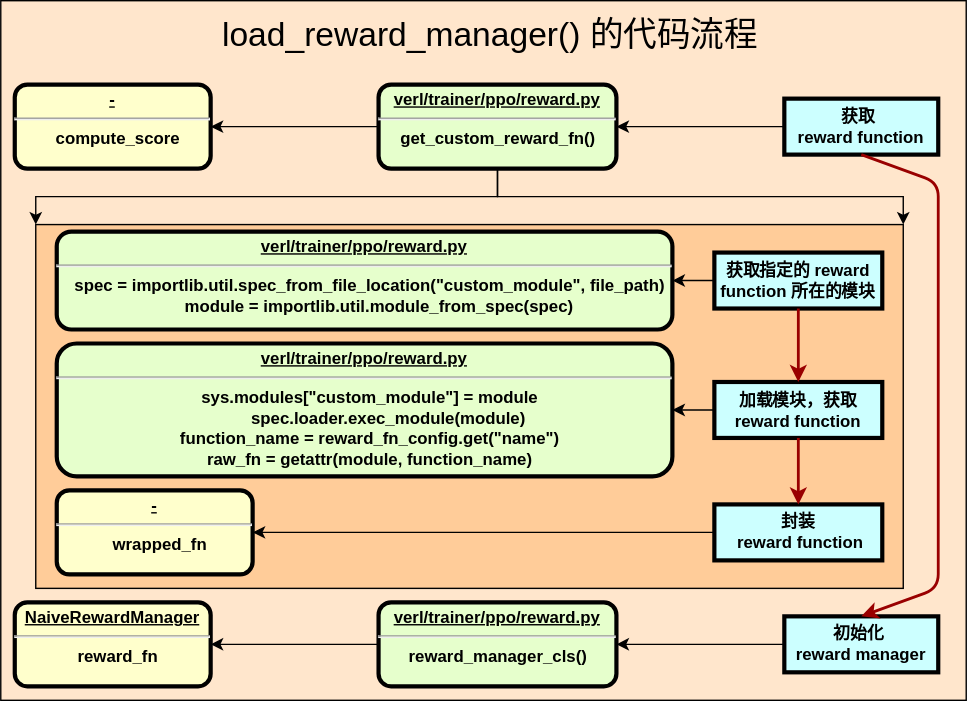
Earlier version of the draw.io export images/verl_load_reward_manager.svg (cai-jianfeng/cai-jianfeng.github.io). Source tidied: cells renumbered, new cells last; positions are measured from the earlier drawing's top-left corner, leaving out a move shared by most shapes.
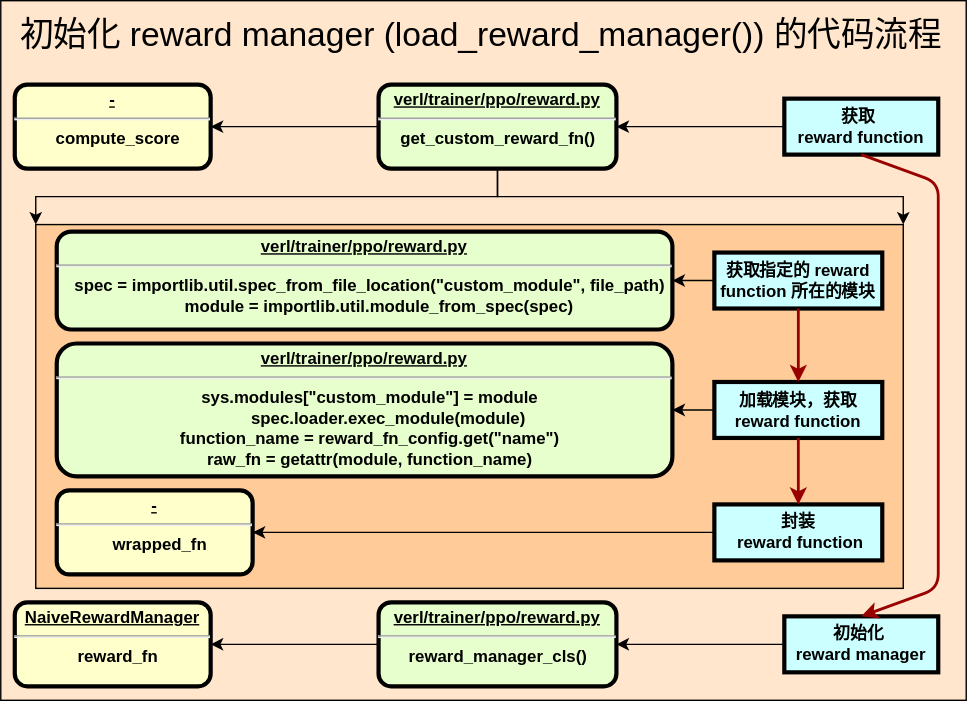
After the change.

Change to the diagram source:
```diff
@@ -26,8 +26,8 @@
     <mxCell id="9" value="获取 &#10;reward function" style="whiteSpace=wrap;align=center;verticalAlign=middle;fontStyle=1;strokeWidth=3;fillColor=#CCFFFF;" parent="1" vertex="1">
       <mxGeometry x="560" y="70" width="110" height="40" as="geometry" />
     </mxCell>
-    <mxCell id="10" value="&lt;font style=&quot;font-size: 24px;&quot;&gt;load_reward_manager() 的代码流程&lt;/font&gt;" style="text;html=1;align=center;verticalAlign=middle;whiteSpace=wrap;rounded=0;" parent="1" vertex="1">
-      <mxGeometry x="101.2" y="10" width="497.5" height="30" as="geometry" />
+    <mxCell id="10" value="&lt;font style=&quot;&quot;&gt;&lt;div style=&quot;&quot;&gt;&lt;span style=&quot;font-size: 24px;&quot;&gt;初始化&amp;nbsp;&lt;/span&gt;&lt;span style=&quot;background-color: transparent; color: light-dark(rgb(0, 0, 0), rgb(255, 255, 255)); font-size: 24px;&quot;&gt;reward manager (&lt;/span&gt;&lt;span style=&quot;background-color: transparent; color: light-dark(rgb(0, 0, 0), rgb(255, 255, 255)); font-size: 24px;&quot;&gt;load_reward_manager()) 的代码流程&lt;/span&gt;&lt;/div&gt;&lt;/font&gt;" style="text;html=1;align=center;verticalAlign=middle;whiteSpace=wrap;rounded=0;" parent="1" vertex="1">
+      <mxGeometry x="4" y="10" width="678.8" height="30" as="geometry" />
     </mxCell>
     <mxCell id="11" style="rounded=0;whiteSpace=wrap;html=1;fillColor=light-dark(#FFCC99,var(--ge-dark-color, #121212));" parent="1" vertex="1">
       <mxGeometry x="25" y="160" width="620" height="260" as="geometry" />
```
